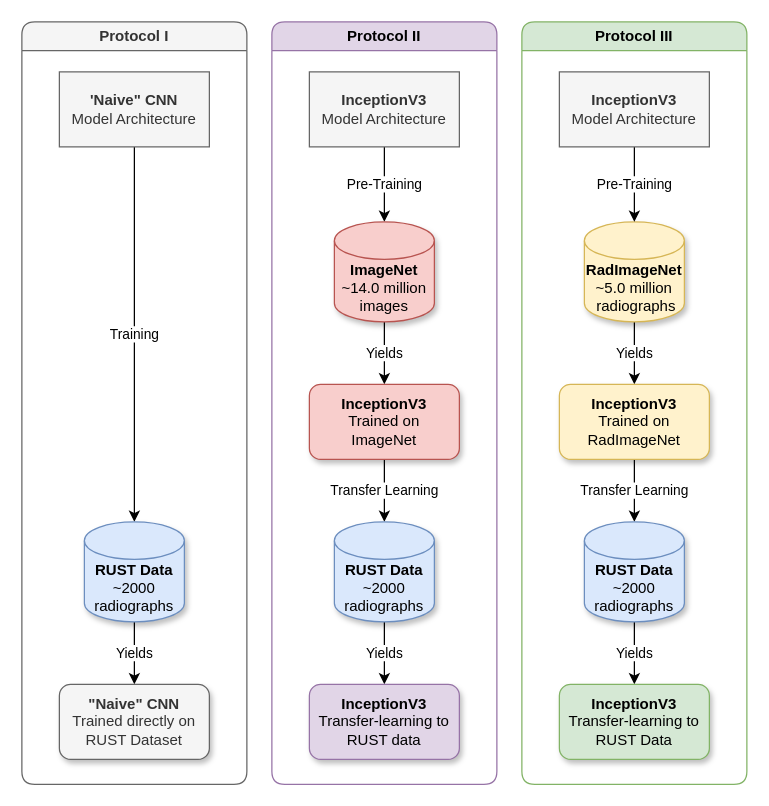
Before: diagrams/protocol-diagram.drawio in ShenZhouHong/radiography-ai-project, a draw.io diagram. Source tidied: cells renumbered, new cells numbered last; positions are measured from the earlier drawing's top-left corner, leaving out a move shared by most shapes. Both pictures are drawn from the tidied source at 125%, with x=0, y=0 at pixel (21, 21).
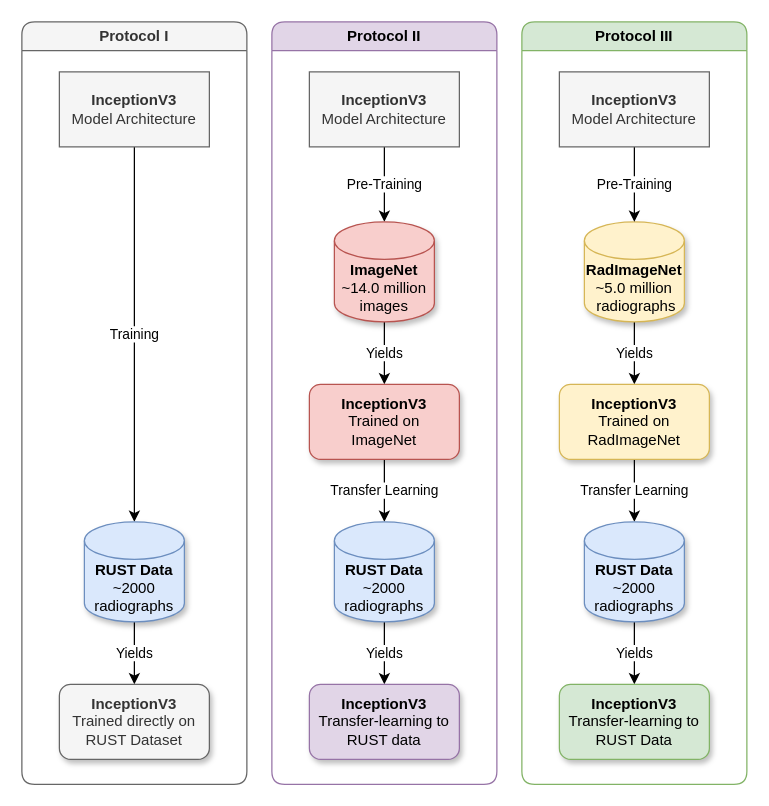
The same diagram, later.

Change to the diagram source:
```diff
@@
-    <mxCell id="18" value="&lt;div&gt;&lt;b&gt;'Naive&quot; CNN&lt;/b&gt;&lt;/div&gt;Model Architecture" style="rounded=0;whiteSpace=wrap;html=1;glass=0;fillColor=#f5f5f5;fontColor=#333333;strokeColor=#666666;" parent="1" vertex="1">
+    <mxCell id="18" value="&lt;div style=&quot;border-color: var(--border-color);&quot;&gt;&lt;b style=&quot;border-color: var(--border-color);&quot;&gt;InceptionV3&lt;/b&gt;&lt;/div&gt;&lt;div style=&quot;border-color: var(--border-color);&quot;&gt;Model Architecture&lt;/div&gt;&lt;div&gt;&lt;/div&gt;" style="rounded=0;whiteSpace=wrap;html=1;glass=0;fillColor=#f5f5f5;fontColor=#333333;strokeColor=#666666;" parent="1" vertex="1">
       <mxGeometry x="30" y="40" width="120" height="60" as="geometry" />
     </mxCell>
@@
-    <mxCell id="21" value="&lt;div&gt;&lt;b&gt;&quot;Naive&quot; CNN&lt;/b&gt;&lt;/div&gt;&lt;div&gt;Trained directly on&lt;/div&gt;&lt;div&gt;RUST Dataset&lt;br&gt;&lt;/div&gt;" style="rounded=1;whiteSpace=wrap;html=1;glass=0;fillColor=#f5f5f5;strokeColor=#666666;shadow=1;fontColor=#333333;" parent="1" vertex="1">
+    <mxCell id="21" value="&lt;div&gt;&lt;b&gt;InceptionV3&lt;/b&gt;&lt;/div&gt;&lt;div&gt;Trained directly on&lt;/div&gt;&lt;div&gt;RUST Dataset&lt;br&gt;&lt;/div&gt;" style="rounded=1;whiteSpace=wrap;html=1;glass=0;fillColor=#f5f5f5;strokeColor=#666666;shadow=1;fontColor=#333333;" parent="1" vertex="1">
       <mxGeometry x="30" y="530" width="120" height="60" as="geometry" />
     </mxCell>
```
